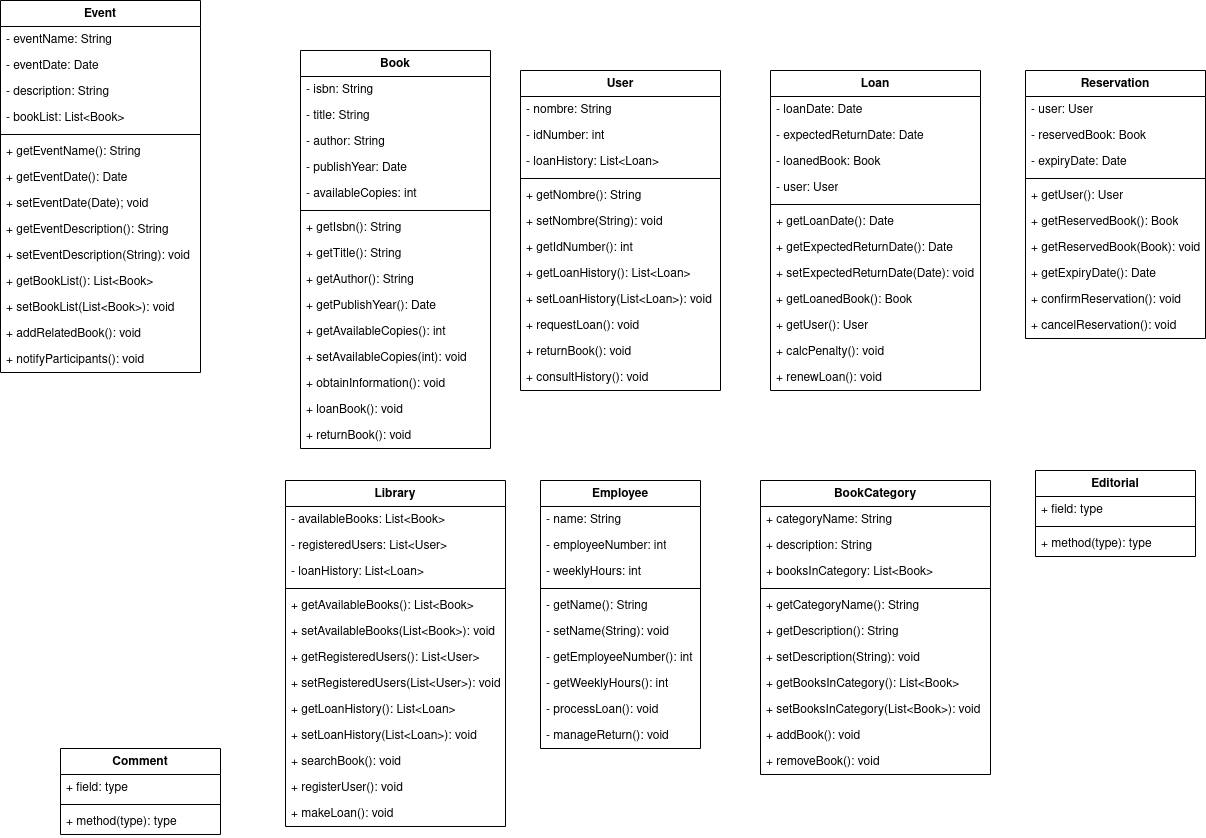
The draw.io diagram proyecto/classdiagram/classdiagramlibrary.png in mackstm/ets, before a commit. Source tidied: cells renumbered, new cells last; positions are measured from the earlier drawing's top-left corner, leaving out a move shared by most shapes.
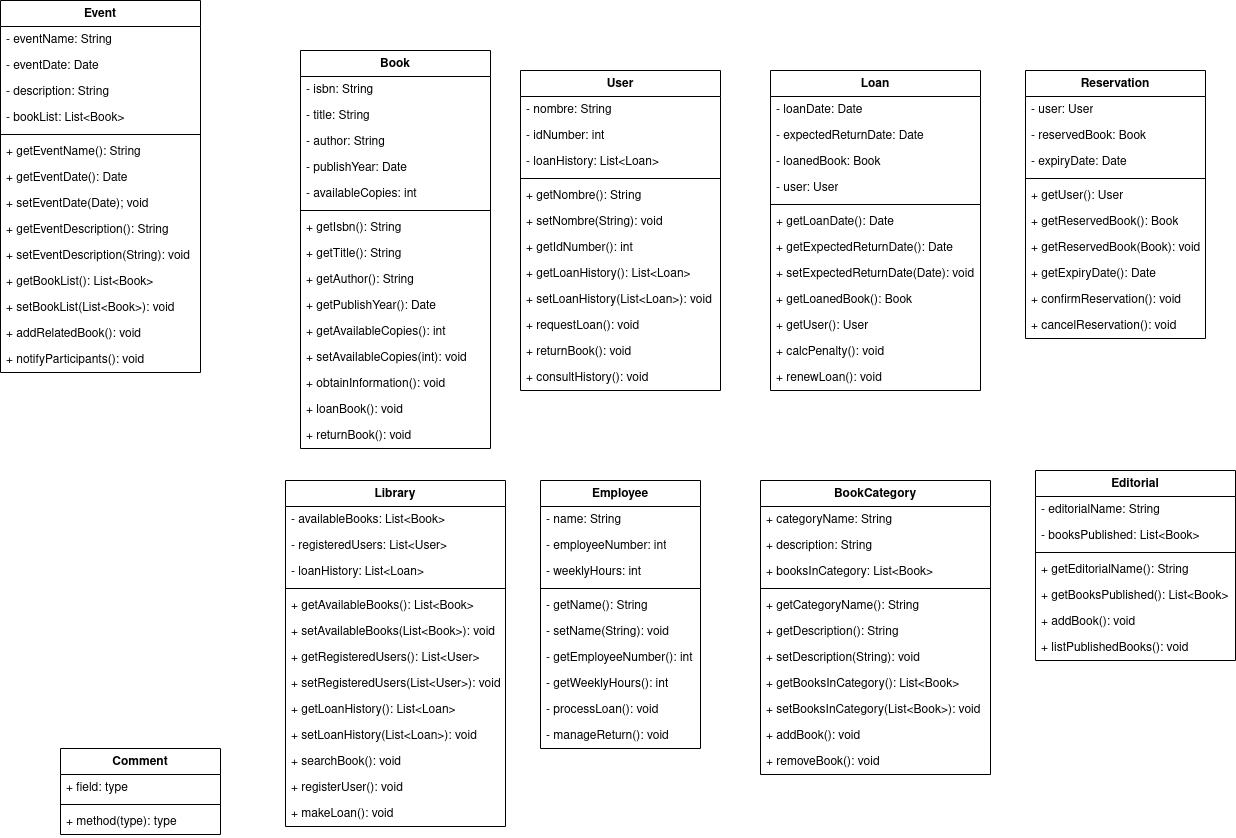
The same diagram one commit later.

What changed in the source:
```diff
@@ -318,17 +318,29 @@
       <mxGeometry y="294" width="210" height="26" as="geometry" />
     </mxCell>
     <mxCell id="107" value="Editorial" style="swimlane;fontStyle=1;align=center;verticalAlign=top;horizontal=1;startSize=26;whiteSpace=wrap;html=1;" parent="1" vertex="1">
-      <mxGeometry x="1035" y="470" width="160" height="86" as="geometry" />
+      <mxGeometry x="1035" y="470" width="200" height="190" as="geometry" />
     </mxCell>
-    <mxCell id="108" value="+ field: type" style="text;strokeColor=none;fillColor=none;align=left;verticalAlign=top;spacingLeft=4;spacingRight=4;overflow=hidden;whiteSpace=wrap;html=1;" parent="107" vertex="1">
-      <mxGeometry y="26" width="160" height="26" as="geometry" />
+    <mxCell id="108" value="- editorialName: String" style="text;strokeColor=none;fillColor=none;align=left;verticalAlign=top;spacingLeft=4;spacingRight=4;overflow=hidden;whiteSpace=wrap;html=1;" parent="107" vertex="1">
+      <mxGeometry y="26" width="200" height="26" as="geometry" />
     </mxCell>
+    <mxCell id="115" value="- booksPublished: List&amp;lt;Book&amp;gt;" style="text;strokeColor=none;fillColor=none;align=left;verticalAlign=top;spacingLeft=4;spacingRight=4;overflow=hidden;whiteSpace=wrap;html=1;" parent="107" vertex="1">
+      <mxGeometry y="52" width="200" height="26" as="geometry" />
+    </mxCell>
     <mxCell id="109" style="line;strokeWidth=1;fillColor=none;align=left;verticalAlign=middle;spacingTop=-1;spacingLeft=3;spacingRight=3;labelPosition=right;strokeColor=inherit;" parent="107" vertex="1">
-      <mxGeometry y="52" width="160" height="8" as="geometry" />
+      <mxGeometry y="78" width="200" height="8" as="geometry" />
     </mxCell>
-    <mxCell id="110" value="+ method(type): type" style="text;strokeColor=none;fillColor=none;align=left;verticalAlign=top;spacingLeft=4;spacingRight=4;overflow=hidden;whiteSpace=wrap;html=1;" parent="107" vertex="1">
-      <mxGeometry y="60" width="160" height="26" as="geometry" />
+    <mxCell id="110" value="+ getEditorialName(): String" style="text;strokeColor=none;fillColor=none;align=left;verticalAlign=top;spacingLeft=4;spacingRight=4;overflow=hidden;whiteSpace=wrap;html=1;" parent="107" vertex="1">
+      <mxGeometry y="86" width="200" height="26" as="geometry" />
     </mxCell>
+    <mxCell id="116" value="+ getBooksPublished(): List&amp;lt;Book&amp;gt;" style="text;strokeColor=none;fillColor=none;align=left;verticalAlign=top;spacingLeft=4;spacingRight=4;overflow=hidden;whiteSpace=wrap;html=1;" parent="107" vertex="1">
+      <mxGeometry y="112" width="200" height="26" as="geometry" />
+    </mxCell>
+    <mxCell id="117" value="+ addBook(): void" style="text;strokeColor=none;fillColor=none;align=left;verticalAlign=top;spacingLeft=4;spacingRight=4;overflow=hidden;whiteSpace=wrap;html=1;" parent="107" vertex="1">
+      <mxGeometry y="138" width="200" height="26" as="geometry" />
+    </mxCell>
+    <mxCell id="118" value="+ listPublishedBooks(): void" style="text;strokeColor=none;fillColor=none;align=left;verticalAlign=top;spacingLeft=4;spacingRight=4;overflow=hidden;whiteSpace=wrap;html=1;" parent="107" vertex="1">
+      <mxGeometry y="164" width="200" height="26" as="geometry" />
+    </mxCell>
     <mxCell id="111" value="Comment" style="swimlane;fontStyle=1;align=center;verticalAlign=top;horizontal=1;startSize=26;whiteSpace=wrap;html=1;" parent="1" vertex="1">
       <mxGeometry x="60" y="748" width="160" height="86" as="geometry" />
     </mxCell>
```
